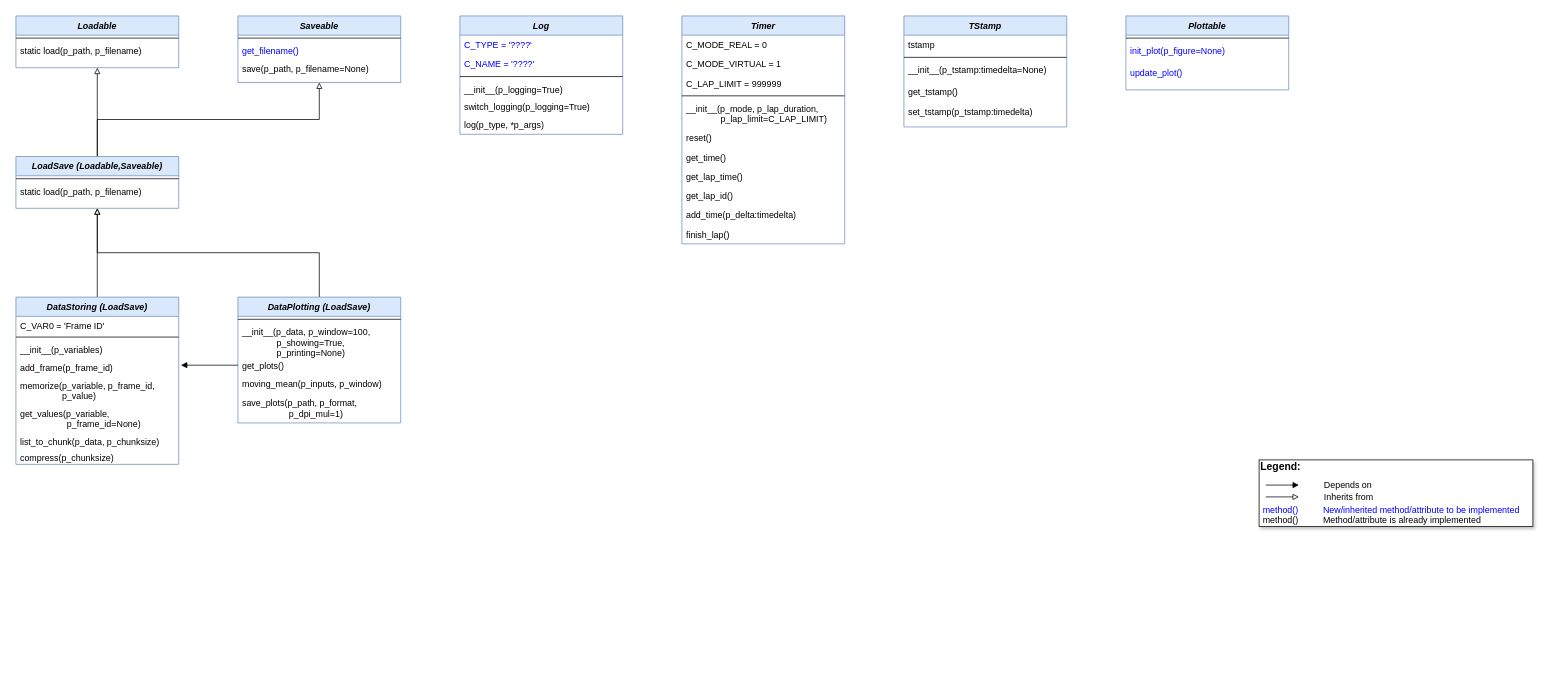
Above: doc/rtd/content/append2/core/images/bf/MLPro-BF-Various_class_diagram.drawio in fhswf/MLPro (draw.io), before the change. Source tidied: cells renumbered, new cells numbered last; positions are measured from the earlier drawing's top-left corner, leaving out a move shared by most shapes. Both pictures are drawn from the tidied source at 74%, with x=0, y=0 at pixel (16, 16).
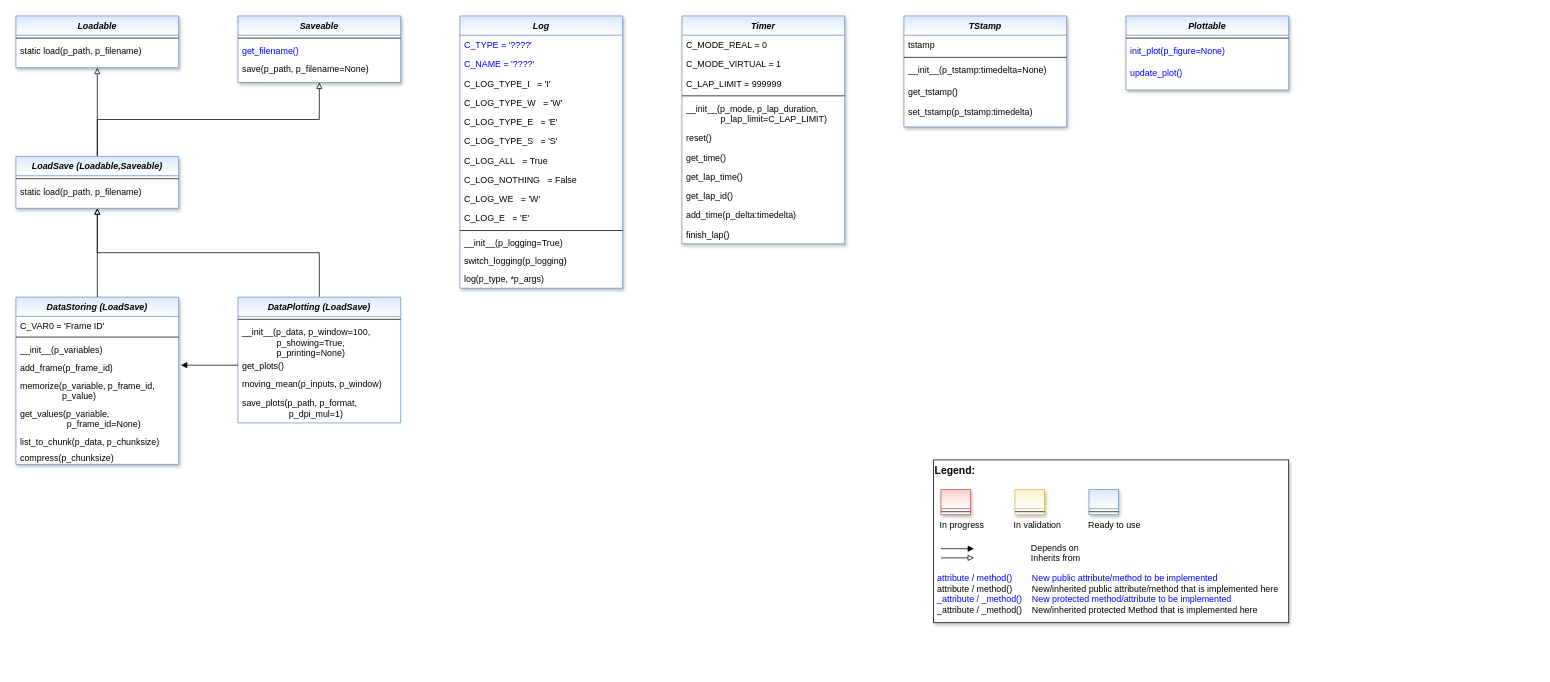
After the change.

Diff of the diagram source:
```diff
@@
-    <mxCell id="2" style="group;" parent="1" vertex="1">
-      <mxGeometry x="1680" y="600" width="370" height="90" as="geometry" />
-    </mxCell>
-    <mxCell id="3" value="&lt;font color=&quot;#000000&quot; size=&quot;1&quot;&gt;&lt;b style=&quot;font-size: 14px&quot;&gt;Legend:&lt;br&gt;&lt;/b&gt;&lt;/font&gt;&lt;br&gt;&lt;br&gt;&lt;br&gt;&lt;font color=&quot;#0000ff&quot;&gt;&amp;nbsp;method()&amp;nbsp; &amp;nbsp; &amp;nbsp; &amp;nbsp; &amp;nbsp; New/inherited method/attribute to be implemented&lt;/font&gt;&lt;br&gt;&lt;font color=&quot;#000000&quot;&gt;&amp;nbsp;method()&amp;nbsp; &amp;nbsp; &amp;nbsp; &amp;nbsp; &amp;nbsp; Method/attribute is already implemented&lt;/font&gt;" style="text;html=1;align=left;verticalAlign=middle;whiteSpace=wrap;rounded=0;fontColor=#006600;strokeColor=#000000;shadow=1;fillColor=#ffffff;" parent="2" vertex="1">
-      <mxGeometry width="370" height="90" as="geometry" />
-    </mxCell>
-    <mxCell id="4" value="Depends on" style="endArrow=block;html=1;labelPosition=right;verticalLabelPosition=middle;align=left;verticalAlign=middle;endFill=1;fontSize=12;" parent="2" edge="1">
-      <mxGeometry x="1" y="32" relative="1" as="geometry">
-        <mxPoint x="9" y="34" as="sourcePoint" />
-        <mxPoint x="53.8" y="34" as="targetPoint" />
-        <mxPoint x="32" y="32" as="offset" />
-      </mxGeometry>
-    </mxCell>
-    <mxCell id="5" value="Inherits from" style="endArrow=block;html=1;labelPosition=right;verticalLabelPosition=middle;align=left;verticalAlign=middle;endFill=0;fontSize=12;" parent="2" edge="1">
-      <mxGeometry x="1" y="32" relative="1" as="geometry">
-        <mxPoint x="9" y="50" as="sourcePoint" />
-        <mxPoint x="53.8" y="50" as="targetPoint" />
-        <mxPoint x="32" y="32" as="offset" />
-      </mxGeometry>
-    </mxCell>
-    <mxCell id="6" value="Timer" style="swimlane;fontStyle=3;align=center;verticalAlign=top;horizontal=1;startSize=26;rounded=0;shadow=0;strokeWidth=1;fillColor=#dae8fc;strokeColor=#6c8ebf;" parent="1" vertex="1">
+    <mxCell id="6" value="Timer" style="swimlane;fontStyle=3;align=center;verticalAlign=top;horizontal=1;startSize=26;rounded=0;shadow=1;strokeWidth=1;fillColor=#dae8fc;strokeColor=#6c8ebf;gradientColor=#FFFFFF;swimlaneFillColor=#FFFFFF;" parent="1" vertex="1">
       <mxGeometry x="900" width="220" height="308" as="geometry" />
     </mxCell>
@@
-    <mxCell id="18" value="Log" style="swimlane;fontStyle=3;align=center;verticalAlign=top;horizontal=1;startSize=26;rounded=0;shadow=0;strokeWidth=1;fillColor=#dae8fc;strokeColor=#6c8ebf;" parent="1" vertex="1">
-      <mxGeometry x="600" width="220" height="160" as="geometry" />
+    <mxCell id="18" value="Log" style="swimlane;fontStyle=3;align=center;verticalAlign=top;horizontal=1;startSize=26;rounded=0;shadow=1;strokeWidth=1;fillColor=#dae8fc;strokeColor=#6c8ebf;gradientColor=#FFFFFF;swimlaneFillColor=#FFFFFF;" parent="1" vertex="1">
+      <mxGeometry x="600" width="220" height="368" as="geometry" />
     </mxCell>
@@
+    <mxCell id="65" value="C_LOG_TYPE_I   = 'I'" style="text;align=left;verticalAlign=top;spacingLeft=4;spacingRight=4;overflow=hidden;fontColor=default;" parent="18" vertex="1">
+      <mxGeometry y="78" width="220" height="26" as="geometry" />
+    </mxCell>
+    <mxCell id="66" value="C_LOG_TYPE_W   = 'W'" style="text;align=left;verticalAlign=top;spacingLeft=4;spacingRight=4;overflow=hidden;fontColor=default;" parent="18" vertex="1">
+      <mxGeometry y="104" width="220" height="26" as="geometry" />
+    </mxCell>
+    <mxCell id="67" value="C_LOG_TYPE_E   = 'E'" style="text;align=left;verticalAlign=top;spacingLeft=4;spacingRight=4;overflow=hidden;fontColor=default;" parent="18" vertex="1">
+      <mxGeometry y="130" width="220" height="26" as="geometry" />
+    </mxCell>
+    <mxCell id="68" value="C_LOG_TYPE_S   = 'S'" style="text;align=left;verticalAlign=top;spacingLeft=4;spacingRight=4;overflow=hidden;fontColor=default;" parent="18" vertex="1">
+      <mxGeometry y="156" width="220" height="26" as="geometry" />
+    </mxCell>
+    <mxCell id="69" value="C_LOG_ALL   = True" style="text;align=left;verticalAlign=top;spacingLeft=4;spacingRight=4;overflow=hidden;fontColor=default;" parent="18" vertex="1">
+      <mxGeometry y="182" width="220" height="26" as="geometry" />
+    </mxCell>
+    <mxCell id="70" value="C_LOG_NOTHING   = False" style="text;align=left;verticalAlign=top;spacingLeft=4;spacingRight=4;overflow=hidden;fontColor=default;" parent="18" vertex="1">
+      <mxGeometry y="208" width="220" height="26" as="geometry" />
+    </mxCell>
+    <mxCell id="71" value="C_LOG_WE   = 'W'" style="text;align=left;verticalAlign=top;spacingLeft=4;spacingRight=4;overflow=hidden;fontColor=default;" parent="18" vertex="1">
+      <mxGeometry y="234" width="220" height="26" as="geometry" />
+    </mxCell>
+    <mxCell id="72" value="C_LOG_E   = 'E'" style="text;align=left;verticalAlign=top;spacingLeft=4;spacingRight=4;overflow=hidden;fontColor=default;" parent="18" vertex="1">
+      <mxGeometry y="260" width="220" height="26" as="geometry" />
+    </mxCell>
     <mxCell id="21" style="line;html=1;strokeWidth=1;align=left;verticalAlign=middle;spacingTop=-1;spacingLeft=3;spacingRight=3;labelPosition=right;" parent="18" vertex="1">
-      <mxGeometry y="78" width="220" height="8" as="geometry" />
+      <mxGeometry y="286" width="220" height="8" as="geometry" />
     </mxCell>
     <mxCell id="22" value="__init__(p_logging=True)" style="text;align=left;verticalAlign=top;spacingLeft=4;spacingRight=4;overflow=hidden;" parent="18" vertex="1">
-      <mxGeometry y="86" width="220" height="24" as="geometry" />
+      <mxGeometry y="294" width="220" height="24" as="geometry" />
     </mxCell>
-    <mxCell id="23" value="switch_logging(p_logging=True)" style="text;align=left;verticalAlign=top;spacingLeft=4;spacingRight=4;overflow=hidden;" parent="18" vertex="1">
-      <mxGeometry y="110" width="220" height="24" as="geometry" />
+    <mxCell id="23" value="switch_logging(p_logging)" style="text;align=left;verticalAlign=top;spacingLeft=4;spacingRight=4;overflow=hidden;" parent="18" vertex="1">
+      <mxGeometry y="318" width="220" height="24" as="geometry" />
     </mxCell>
     <mxCell id="24" value="log(p_type, *p_args)" style="text;align=left;verticalAlign=top;spacingLeft=4;spacingRight=4;overflow=hidden;" parent="18" vertex="1">
-      <mxGeometry y="134" width="220" height="26" as="geometry" />
+      <mxGeometry y="342" width="220" height="26" as="geometry" />
     </mxCell>
-    <mxCell id="25" value="Saveable" style="swimlane;fontStyle=3;align=center;verticalAlign=top;horizontal=1;startSize=26;rounded=0;shadow=0;strokeWidth=1;fillColor=#dae8fc;strokeColor=#6c8ebf;" parent="1" vertex="1">
+    <mxCell id="25" value="Saveable" style="swimlane;fontStyle=3;align=center;verticalAlign=top;horizontal=1;startSize=26;rounded=0;shadow=1;strokeWidth=1;fillColor=#dae8fc;strokeColor=#6c8ebf;gradientColor=#FFFFFF;swimlaneFillColor=#FFFFFF;" parent="1" vertex="1">
       <mxGeometry x="300" width="220" height="90" as="geometry" />
     </mxCell>
@@
-    <mxCell id="29" value="TStamp" style="swimlane;fontStyle=3;align=center;verticalAlign=top;horizontal=1;startSize=26;rounded=0;shadow=0;strokeWidth=1;fillColor=#dae8fc;strokeColor=#6c8ebf;" parent="1" vertex="1">
+    <mxCell id="29" value="TStamp" style="swimlane;fontStyle=3;align=center;verticalAlign=top;horizontal=1;startSize=26;rounded=0;shadow=1;strokeWidth=1;fillColor=#dae8fc;strokeColor=#6c8ebf;gradientColor=#FFFFFF;swimlaneFillColor=#FFFFFF;" parent="1" vertex="1">
       <mxGeometry x="1200" width="220" height="150" as="geometry" />
     </mxCell>
@@
-    <mxCell id="35" value="Loadable" style="swimlane;fontStyle=3;align=center;verticalAlign=top;horizontal=1;startSize=26;rounded=0;shadow=0;strokeWidth=1;fillColor=#dae8fc;strokeColor=#6c8ebf;" parent="1" vertex="1">
+    <mxCell id="35" value="Loadable" style="swimlane;fontStyle=3;align=center;verticalAlign=top;horizontal=1;startSize=26;rounded=0;shadow=1;strokeWidth=1;fillColor=#dae8fc;strokeColor=#6c8ebf;gradientColor=#FFFFFF;swimlaneFillColor=#FFFFFF;" parent="1" vertex="1">
       <mxGeometry width="220" height="70" as="geometry" />
     </mxCell>
@@
-    <mxCell id="40" value="LoadSave (Loadable,Saveable)" style="swimlane;fontStyle=3;align=center;verticalAlign=top;horizontal=1;startSize=26;rounded=0;shadow=0;strokeWidth=1;fillColor=#dae8fc;strokeColor=#6c8ebf;" parent="1" vertex="1">
+    <mxCell id="40" value="LoadSave (Loadable,Saveable)" style="swimlane;fontStyle=3;align=center;verticalAlign=top;horizontal=1;startSize=26;rounded=0;shadow=1;strokeWidth=1;fillColor=#dae8fc;strokeColor=#6c8ebf;gradientColor=#FFFFFF;swimlaneFillColor=#FFFFFF;" parent="1" vertex="1">
       <mxGeometry y="190" width="220" height="70" as="geometry" />
     </mxCell>
@@
-    <mxCell id="44" value="DataStoring (LoadSave)" style="swimlane;fontStyle=3;align=center;verticalAlign=top;horizontal=1;startSize=26;rounded=0;shadow=0;strokeWidth=1;fillColor=#dae8fc;strokeColor=#6c8ebf;" parent="1" vertex="1">
+    <mxCell id="44" value="DataStoring (LoadSave)" style="swimlane;fontStyle=3;align=center;verticalAlign=top;horizontal=1;startSize=26;rounded=0;shadow=1;strokeWidth=1;fillColor=#dae8fc;strokeColor=#6c8ebf;gradientColor=#FFFFFF;swimlaneFillColor=#FFFFFF;" parent="1" vertex="1">
       <mxGeometry y="380" width="220" height="226" as="geometry" />
     </mxCell>
@@
-    <mxCell id="54" value="DataPlotting (LoadSave)" style="swimlane;fontStyle=3;align=center;verticalAlign=top;horizontal=1;startSize=26;rounded=0;shadow=0;strokeWidth=1;fillColor=#dae8fc;strokeColor=#6c8ebf;" parent="1" vertex="1">
+    <mxCell id="54" value="DataPlotting (LoadSave)" style="swimlane;fontStyle=3;align=center;verticalAlign=top;horizontal=1;startSize=26;rounded=0;shadow=0;strokeWidth=1;fillColor=#dae8fc;strokeColor=#6c8ebf;gradientColor=#FFFFFF;swimlaneFillColor=#FFFFFF;" parent="1" vertex="1">
       <mxGeometry x="300" y="380" width="220" height="170" as="geometry" />
     </mxCell>
@@
-    <mxCell id="61" value="Plottable" style="swimlane;fontStyle=3;align=center;verticalAlign=top;horizontal=1;startSize=26;rounded=0;shadow=0;strokeWidth=1;fillColor=#dae8fc;strokeColor=#6c8ebf;" parent="1" vertex="1">
+    <mxCell id="61" value="Plottable" style="swimlane;fontStyle=3;align=center;verticalAlign=top;horizontal=1;startSize=26;rounded=0;shadow=1;strokeWidth=1;fillColor=#dae8fc;strokeColor=#6c8ebf;gradientColor=#FFFFFF;swimlaneFillColor=#FFFFFF;" parent="1" vertex="1">
       <mxGeometry x="1500" width="220" height="100" as="geometry" />
     </mxCell>
@@
+    <mxCell id="73" style="group;" parent="1" vertex="1">
+      <mxGeometry x="1240" y="600" width="480" height="220" as="geometry" />
+    </mxCell>
+    <mxCell id="74" value="&lt;font color=&quot;#000000&quot; size=&quot;1&quot;&gt;&lt;b style=&quot;font-size: 14px&quot;&gt;Legend:&lt;br&gt;&lt;/b&gt;&lt;/font&gt;&lt;br&gt;&lt;br&gt;&lt;br&gt;&lt;font color=&quot;#0000ff&quot; style=&quot;font-size: 6px&quot;&gt;&lt;br&gt;&lt;/font&gt;&lt;span style=&quot;color: rgb(0 , 0 , 0)&quot;&gt;&lt;font style=&quot;font-size: 4px&quot;&gt;&amp;nbsp; &amp;nbsp;&lt;/font&gt;&amp;nbsp;In progress&amp;nbsp; &amp;nbsp; &amp;nbsp; &amp;nbsp; &amp;nbsp; &amp;nbsp; In validation&amp;nbsp; &amp;nbsp; &amp;nbsp; &amp;nbsp; &amp;nbsp; &amp;nbsp;Ready to use&lt;/span&gt;&lt;font color=&quot;#000000&quot;&gt;&amp;nbsp;&lt;br&gt;&lt;/font&gt;&lt;font color=&quot;#0000ff&quot;&gt;&lt;br&gt;&lt;br&gt;&lt;br&gt;&lt;br&gt;&amp;nbsp;attribute / method()&amp;nbsp; &amp;nbsp; &amp;nbsp; &amp;nbsp; New public attribute/method to be implemented&lt;/font&gt;&lt;br&gt;&lt;font color=&quot;#000000&quot;&gt;&amp;nbsp;&lt;/font&gt;&lt;font color=&quot;#000000&quot;&gt;attribute / method()&lt;span&gt;&#9;&lt;/span&gt;&amp;nbsp; &amp;nbsp; &amp;nbsp; &amp;nbsp;New/inherited public attribute/method that is implemented here&lt;br&gt;&lt;/font&gt;&lt;font color=&quot;#0000ff&quot;&gt;&amp;nbsp;_attribute /&amp;nbsp;&lt;/font&gt;&lt;font color=&quot;#0000ff&quot;&gt;_method()&amp;nbsp; &amp;nbsp; New protected method/attribute to be implemented&lt;/font&gt;&lt;br&gt;&lt;font color=&quot;#000000&quot;&gt;&amp;nbsp;_attribute / _method()&amp;nbsp; &amp;nbsp; New/inherited protected Method that is implemented here&lt;br&gt;&lt;/font&gt;&lt;font color=&quot;#000000&quot;&gt;&lt;br&gt;&lt;br&gt;&lt;br&gt;&lt;br&gt;&lt;br&gt;&lt;/font&gt;" style="text;html=1;align=left;verticalAlign=top;whiteSpace=wrap;rounded=0;fontColor=#006600;strokeColor=#000000;shadow=1;fillColor=#ffffff;" parent="73" vertex="1">
+      <mxGeometry width="480" height="220" as="geometry" />
+    </mxCell>
+    <mxCell id="4" value="Depends on" style="endArrow=block;html=1;labelPosition=right;verticalLabelPosition=middle;align=left;verticalAlign=middle;endFill=1;fontSize=12;" parent="73" edge="1">
+      <mxGeometry x="-1590" y="-2180" as="geometry">
+        <mxPoint x="10" y="120" as="sourcePoint" />
+        <mxPoint x="54.8" y="120" as="targetPoint" />
+        <Array as="points">
+          <mxPoint x="30" y="120" />
+        </Array>
+        <mxPoint x="98" as="offset" />
+      </mxGeometry>
+    </mxCell>
+    <mxCell id="5" value="Inherits from" style="endArrow=block;html=1;labelPosition=right;verticalLabelPosition=middle;align=left;verticalAlign=middle;endFill=0;fontSize=12;" parent="73" edge="1">
+      <mxGeometry x="-1590" y="-2180" as="geometry">
+        <mxPoint x="10" y="132.4" as="sourcePoint" />
+        <mxPoint x="54.8" y="132.4" as="targetPoint" />
+        <mxPoint x="98" y="1" as="offset" />
+      </mxGeometry>
+    </mxCell>
+    <mxCell id="75" style="swimlane;fontStyle=3;align=center;verticalAlign=top;horizontal=1;startSize=26;rounded=0;shadow=1;strokeWidth=1;fillColor=#f8cecc;strokeColor=#b85450;gradientColor=#ffffff;swimlaneFillColor=#ffffff;" parent="73" vertex="1">
+      <mxGeometry x="10" y="40" width="40" height="34" as="geometry" />
+    </mxCell>
+    <mxCell id="76" style="line;html=1;strokeWidth=1;align=left;verticalAlign=middle;spacingTop=-1;spacingLeft=3;spacingRight=3;labelPosition=right;" parent="75" vertex="1">
+      <mxGeometry y="26" width="40" height="8" as="geometry" />
+    </mxCell>
+    <mxCell id="77" style="swimlane;fontStyle=3;align=center;verticalAlign=top;horizontal=1;startSize=26;rounded=0;shadow=1;strokeWidth=1;fillColor=#fff2cc;strokeColor=#d6b656;gradientColor=#ffffff;swimlaneFillColor=#ffffff;" parent="73" vertex="1">
+      <mxGeometry x="110" y="40" width="40" height="34" as="geometry" />
+    </mxCell>
+    <mxCell id="78" style="line;html=1;strokeWidth=1;align=left;verticalAlign=middle;spacingTop=-1;spacingLeft=3;spacingRight=3;labelPosition=right;" parent="77" vertex="1">
+      <mxGeometry y="26" width="40" height="8" as="geometry" />
+    </mxCell>
+    <mxCell id="79" style="swimlane;fontStyle=3;align=center;verticalAlign=top;horizontal=1;startSize=26;rounded=0;shadow=1;strokeWidth=1;fillColor=#dae8fc;strokeColor=#6c8ebf;gradientColor=#ffffff;swimlaneFillColor=#ffffff;" parent="73" vertex="1">
+      <mxGeometry x="210" y="40" width="40" height="34" as="geometry" />
+    </mxCell>
+    <mxCell id="80" style="line;html=1;strokeWidth=1;align=left;verticalAlign=middle;spacingTop=-1;spacingLeft=3;spacingRight=3;labelPosition=right;" parent="79" vertex="1">
+      <mxGeometry y="26" width="40" height="8" as="geometry" />
+    </mxCell>
```
